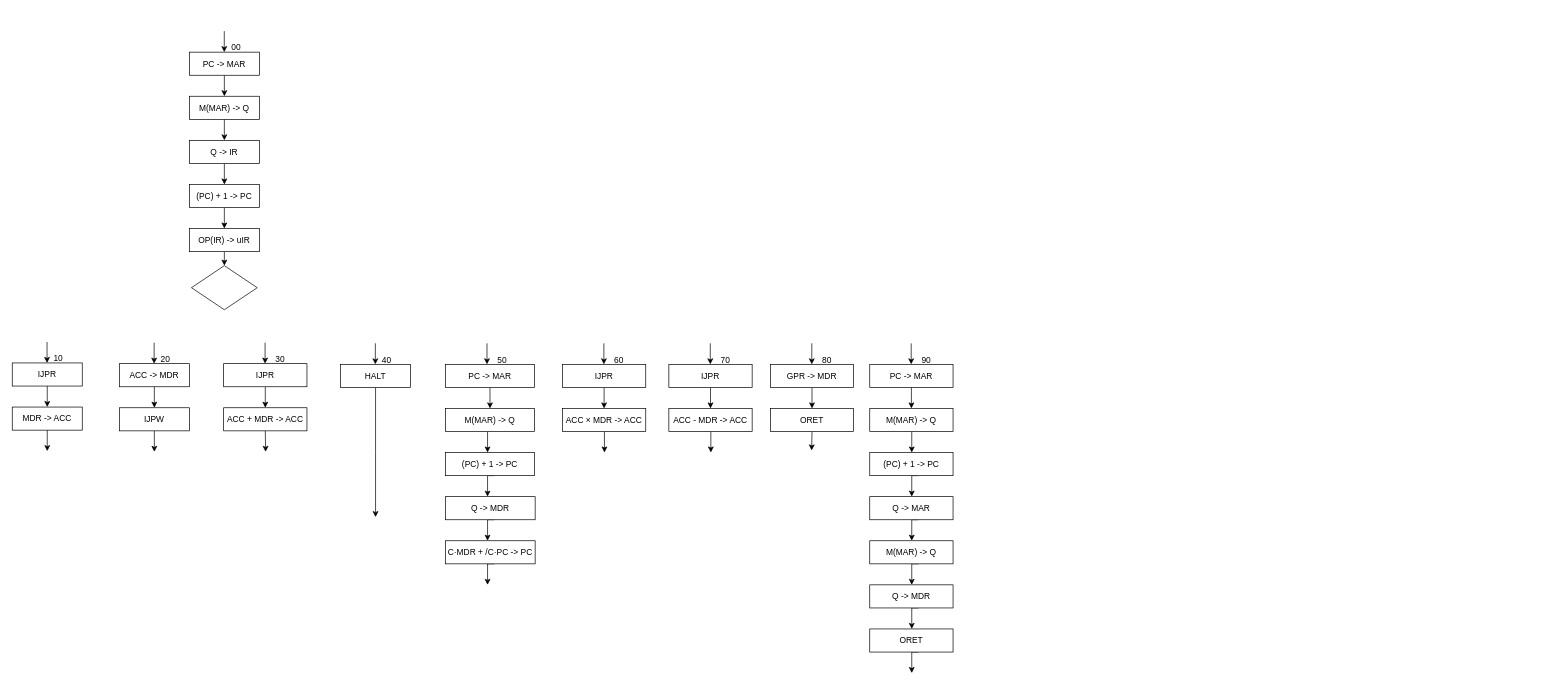
Before: toHandOn/微程序流程图.drawio in ShiaoYoung/Computer_Composition_Experiment, a draw.io diagram. Source tidied: cells renumbered, new cells numbered last; positions are measured from the earlier drawing's top-left corner, leaving out a move shared by most shapes. Both pictures are drawn from the tidied source at 70%, with x=0, y=0 at pixel (12, 31).
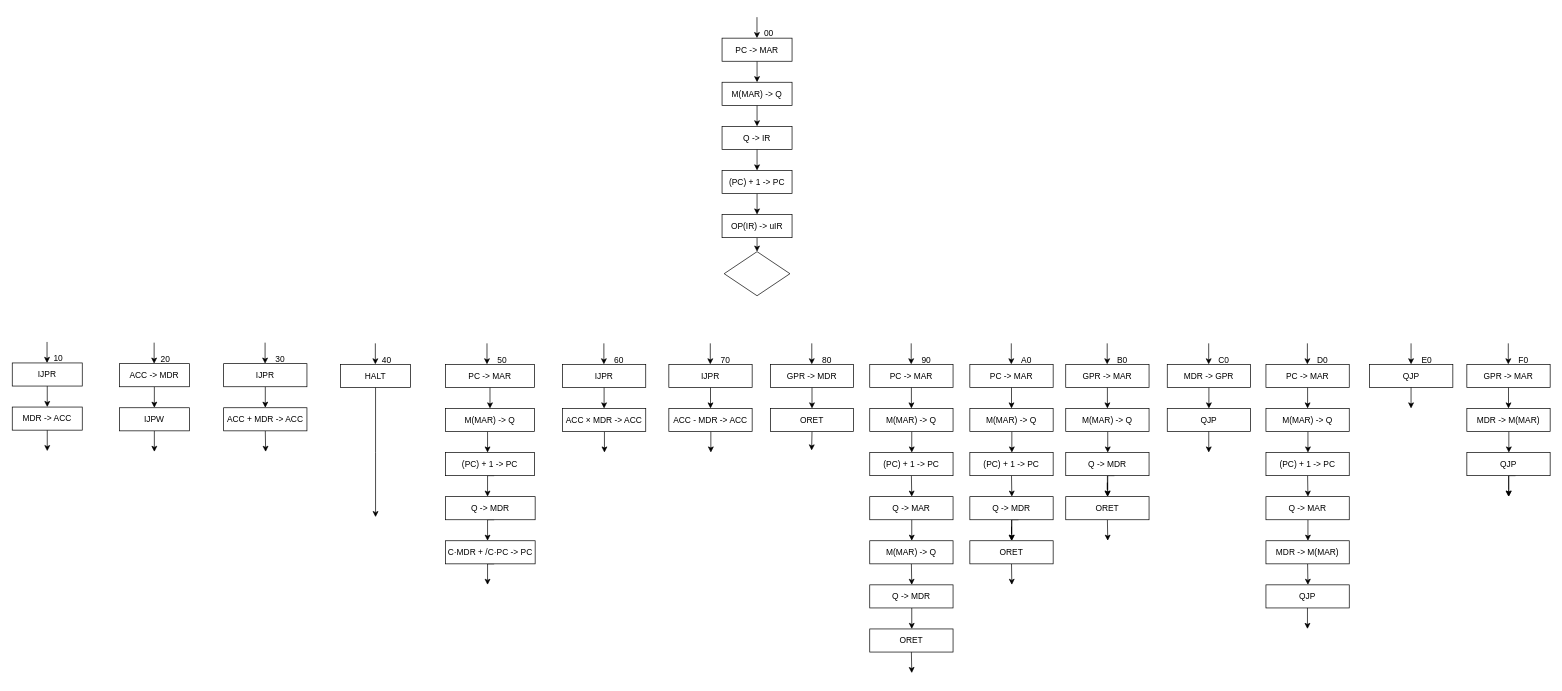
The same page after the edit.

Commit message (it also covers changes not shown here):
更新微程序流程图.drawio

The change refers to these unchanged cells:
```xml
<mxCell id="74" value="(PC) + 1 -&amp;gt; PC" style="rounded=0;whiteSpace=wrap;html=1;" parent="1" vertex="1">
  <mxGeometry x="1225" y="602" width="119" height="33" as="geometry" />
</mxCell>
<mxCell id="78" value="M(MAR) -&amp;gt; Q" style="rounded=0;whiteSpace=wrap;html=1;" parent="1" vertex="1">
  <mxGeometry x="1225" y="728" width="119" height="33" as="geometry" />
</mxCell>
<mxCell id="82" value="ORET" style="rounded=0;whiteSpace=wrap;html=1;" parent="1" vertex="1">
  <mxGeometry x="1225" y="854" width="119" height="33" as="geometry" />
</mxCell>
```

The edit, as a diff of the source:
```diff
@@
     <mxCell id="3" value="PC -&amp;gt; MAR" style="rounded=0;whiteSpace=wrap;html=1;" parent="1" vertex="1">
-      <mxGeometry x="253" y="30" width="100" height="33" as="geometry" />
+      <mxGeometry x="1014" y="10" width="100" height="33" as="geometry" />
     </mxCell>
@@
     <mxCell id="5" value="M(MAR) -&amp;gt; Q" style="rounded=0;whiteSpace=wrap;html=1;" parent="1" vertex="1">
-      <mxGeometry x="253" y="93" width="100" height="33" as="geometry" />
+      <mxGeometry x="1014" y="73" width="100" height="33" as="geometry" />
     </mxCell>
@@
     <mxCell id="7" value="Q -&amp;gt; IR" style="rounded=0;whiteSpace=wrap;html=1;" parent="1" vertex="1">
-      <mxGeometry x="253" y="156" width="100" height="33" as="geometry" />
+      <mxGeometry x="1014" y="136" width="100" height="33" as="geometry" />
     </mxCell>
@@
     <mxCell id="9" value="(PC) + 1 -&amp;gt; PC" style="rounded=0;whiteSpace=wrap;html=1;" parent="1" vertex="1">
-      <mxGeometry x="253" y="219" width="100" height="33" as="geometry" />
+      <mxGeometry x="1014" y="199" width="100" height="33" as="geometry" />
     </mxCell>
@@
     <mxCell id="11" value="OP(IR) -&amp;gt; uIR" style="rounded=0;whiteSpace=wrap;html=1;" parent="1" vertex="1">
-      <mxGeometry x="253" y="282" width="100" height="33" as="geometry" />
+      <mxGeometry x="1014" y="262" width="100" height="33" as="geometry" />
     </mxCell>
     <mxCell id="12" style="rhombus;whiteSpace=wrap;html=1;" parent="1" vertex="1">
-      <mxGeometry x="256" y="335" width="94" height="63" as="geometry" />
+      <mxGeometry x="1017" y="315" width="94" height="63" as="geometry" />
     </mxCell>
     <mxCell id="13" value="00" style="text;html=1;align=center;verticalAlign=middle;whiteSpace=wrap;rounded=0;" parent="1" vertex="1">
-      <mxGeometry x="290" y="9" width="60" height="30" as="geometry" />
+      <mxGeometry x="1051" y="-11" width="60" height="30" as="geometry" />
     </mxCell>
@@
     <mxCell id="19" style="edgeStyle=orthogonalEdgeStyle;rounded=0;orthogonalLoop=1;jettySize=auto;html=1;exitX=0.5;exitY=1;exitDx=0;exitDy=0;entryX=0.5;entryY=0;entryDx=0;entryDy=0;" parent="1" edge="1">
       <mxGeometry relative="1" as="geometry">
-        <mxPoint x="302.9" as="sourcePoint" />
-        <mxPoint x="302.9" y="30" as="targetPoint" />
+        <mxPoint x="1063.9" y="-20" as="sourcePoint" />
+        <mxPoint x="1063.9" y="10" as="targetPoint" />
       </mxGeometry>
     </mxCell>
@@
-    <mxCell id="73" style="edgeStyle=orthogonalEdgeStyle;rounded=0;orthogonalLoop=1;jettySize=auto;html=1;exitX=0.5;exitY=1;exitDx=0;exitDy=0;entryX=0.5;entryY=0;entryDx=0;entryDy=0;" parent="1" edge="1">
+    <mxCell id="73" style="edgeStyle=orthogonalEdgeStyle;rounded=0;jettySize=auto;html=1;exitX=0.5;exitY=1;exitDx=0;exitDy=0;entryX=0.5;entryY=0;entryDx=0;entryDy=0;" parent="1" edge="1" source="74">
       <mxGeometry relative="1" as="geometry">
-        <mxPoint x="1294.5" y="635" as="sourcePoint" />
         <mxPoint x="1285" y="665" as="targetPoint" />
       </mxGeometry>
     </mxCell>
@@
-    <mxCell id="75" style="edgeStyle=orthogonalEdgeStyle;rounded=0;orthogonalLoop=1;jettySize=auto;html=1;exitX=0.5;exitY=1;exitDx=0;exitDy=0;entryX=0.5;entryY=0;entryDx=0;entryDy=0;" parent="1" edge="1">
+    <mxCell id="75" style="edgeStyle=orthogonalEdgeStyle;rounded=0;orthogonalLoop=1;jettySize=auto;html=1;entryX=0.5;entryY=0;entryDx=0;entryDy=0;" parent="1" edge="1">
       <mxGeometry relative="1" as="geometry">
-        <mxPoint x="1294.5" y="698" as="sourcePoint" />
+        <mxPoint x="1285" y="698" as="sourcePoint" />
         <mxPoint x="1285" y="728" as="targetPoint" />
       </mxGeometry>
     </mxCell>
@@
-    <mxCell id="77" style="edgeStyle=orthogonalEdgeStyle;rounded=0;orthogonalLoop=1;jettySize=auto;html=1;exitX=0.5;exitY=1;exitDx=0;exitDy=0;entryX=0.5;entryY=0;entryDx=0;entryDy=0;" parent="1" edge="1">
+    <mxCell id="77" style="edgeStyle=orthogonalEdgeStyle;rounded=0;jettySize=auto;html=1;exitX=0.5;exitY=1;exitDx=0;exitDy=0;entryX=0.5;entryY=0;entryDx=0;entryDy=0;" parent="1" edge="1" source="78">
       <mxGeometry relative="1" as="geometry">
-        <mxPoint x="1294.5" y="761" as="sourcePoint" />
         <mxPoint x="1285" y="791" as="targetPoint" />
       </mxGeometry>
     </mxCell>
@@
-    <mxCell id="79" style="edgeStyle=orthogonalEdgeStyle;rounded=0;orthogonalLoop=1;jettySize=auto;html=1;exitX=0.5;exitY=1;exitDx=0;exitDy=0;entryX=0.5;entryY=0;entryDx=0;entryDy=0;" parent="1" edge="1">
+    <mxCell id="79" style="edgeStyle=orthogonalEdgeStyle;rounded=0;orthogonalLoop=1;jettySize=auto;html=1;entryX=0.5;entryY=0;entryDx=0;entryDy=0;" parent="1" edge="1">
       <mxGeometry relative="1" as="geometry">
-        <mxPoint x="1294.5" y="824" as="sourcePoint" />
+        <mxPoint x="1285" y="824" as="sourcePoint" />
         <mxPoint x="1285" y="854" as="targetPoint" />
       </mxGeometry>
     </mxCell>
@@
-    <mxCell id="81" style="edgeStyle=orthogonalEdgeStyle;rounded=0;orthogonalLoop=1;jettySize=auto;html=1;exitX=0.5;exitY=1;exitDx=0;exitDy=0;entryX=0.5;entryY=0;entryDx=0;entryDy=0;" parent="1" edge="1">
+    <mxCell id="81" style="edgeStyle=orthogonalEdgeStyle;rounded=0;jettySize=auto;html=1;exitX=0.5;exitY=1;exitDx=0;exitDy=0;entryX=0.5;entryY=0;entryDx=0;entryDy=0;" parent="1" edge="1" source="82">
       <mxGeometry relative="1" as="geometry">
-        <mxPoint x="1294.5" y="887" as="sourcePoint" />
         <mxPoint x="1285" y="917" as="targetPoint" />
       </mxGeometry>
     </mxCell>
@@
+    <mxCell id="83" style="edgeStyle=orthogonalEdgeStyle;rounded=0;jettySize=auto;html=1;exitX=0.5;exitY=1;exitDx=0;exitDy=0;entryX=0.5;entryY=0;entryDx=0;entryDy=0;" parent="1" edge="1" source="84" target="86">
+      <mxGeometry relative="1" as="geometry" />
+    </mxCell>
+    <mxCell id="84" value="PC -&amp;gt; MAR" style="rounded=0;whiteSpace=wrap;html=1;" parent="1" vertex="1">
+      <mxGeometry x="1368" y="476" width="119" height="33" as="geometry" />
+    </mxCell>
+    <mxCell id="85" style="edgeStyle=orthogonalEdgeStyle;rounded=0;orthogonalLoop=1;jettySize=auto;html=1;entryX=0.5;entryY=0;entryDx=0;entryDy=0;" parent="1" edge="1">
+      <mxGeometry relative="1" as="geometry">
+        <mxPoint x="1428" y="572" as="sourcePoint" />
+        <mxPoint x="1428" y="602" as="targetPoint" />
+      </mxGeometry>
+    </mxCell>
+    <mxCell id="86" value="M(MAR) -&amp;gt; Q" style="rounded=0;whiteSpace=wrap;html=1;" parent="1" vertex="1">
+      <mxGeometry x="1368" y="539" width="119" height="33" as="geometry" />
+    </mxCell>
+    <mxCell id="87" value="A0" style="text;html=1;align=center;verticalAlign=middle;whiteSpace=wrap;rounded=0;" parent="1" vertex="1">
+      <mxGeometry x="1419" y="455" width="60" height="30" as="geometry" />
+    </mxCell>
+    <mxCell id="88" style="edgeStyle=orthogonalEdgeStyle;rounded=0;orthogonalLoop=1;jettySize=auto;html=1;exitX=0.5;exitY=1;exitDx=0;exitDy=0;entryX=0.5;entryY=0;entryDx=0;entryDy=0;" parent="1" edge="1">
+      <mxGeometry relative="1" as="geometry">
+        <mxPoint x="1427.2" y="446" as="sourcePoint" />
+        <mxPoint x="1427.2" y="476" as="targetPoint" />
+      </mxGeometry>
+    </mxCell>
+    <mxCell id="89" style="edgeStyle=orthogonalEdgeStyle;rounded=0;jettySize=auto;html=1;exitX=0.5;exitY=1;exitDx=0;exitDy=0;entryX=0.5;entryY=0;entryDx=0;entryDy=0;" parent="1" edge="1" source="90">
+      <mxGeometry relative="1" as="geometry">
+        <mxPoint x="1428" y="665" as="targetPoint" />
+      </mxGeometry>
+    </mxCell>
+    <mxCell id="90" value="(PC) + 1 -&amp;gt; PC" style="rounded=0;whiteSpace=wrap;html=1;" parent="1" vertex="1">
+      <mxGeometry x="1368" y="602" width="119" height="33" as="geometry" />
+    </mxCell>
+    <mxCell id="91" style="edgeStyle=orthogonalEdgeStyle;rounded=0;orthogonalLoop=1;jettySize=auto;html=1;exitX=0.5;exitY=1;exitDx=0;exitDy=0;entryX=0.5;entryY=0;entryDx=0;entryDy=0;" parent="1" edge="1">
+      <mxGeometry relative="1" as="geometry">
+        <mxPoint x="1437.5" y="698" as="sourcePoint" />
+        <mxPoint x="1428" y="728" as="targetPoint" />
+      </mxGeometry>
+    </mxCell>
+    <mxCell id="92" style="edgeStyle=orthogonalEdgeStyle;rounded=0;jettySize=auto;html=1;" parent="1" edge="1" source="93" target="95">
+      <mxGeometry relative="1" as="geometry" />
+    </mxCell>
+    <mxCell id="93" value="Q -&amp;gt; MDR" style="rounded=0;whiteSpace=wrap;html=1;" parent="1" vertex="1">
+      <mxGeometry x="1368" y="665" width="119" height="33" as="geometry" />
+    </mxCell>
+    <mxCell id="94" style="edgeStyle=orthogonalEdgeStyle;rounded=0;jettySize=auto;html=1;exitX=0.5;exitY=1;exitDx=0;exitDy=0;entryX=0.5;entryY=0;entryDx=0;entryDy=0;" parent="1" edge="1" source="95">
+      <mxGeometry relative="1" as="geometry">
+        <mxPoint x="1428" y="791" as="targetPoint" />
+      </mxGeometry>
+    </mxCell>
+    <mxCell id="95" value="ORET" style="rounded=0;whiteSpace=wrap;html=1;" parent="1" vertex="1">
+      <mxGeometry x="1368" y="728" width="119" height="33" as="geometry" />
+    </mxCell>
+    <mxCell id="96" style="edgeStyle=orthogonalEdgeStyle;rounded=0;jettySize=auto;html=1;exitX=0.5;exitY=1;exitDx=0;exitDy=0;entryX=0.5;entryY=0;entryDx=0;entryDy=0;" parent="1" edge="1" source="97" target="99">
+      <mxGeometry relative="1" as="geometry" />
+    </mxCell>
+    <mxCell id="97" value="GPR -&amp;gt; MAR" style="rounded=0;whiteSpace=wrap;html=1;" parent="1" vertex="1">
+      <mxGeometry x="1505" y="476" width="119" height="33" as="geometry" />
+    </mxCell>
+    <mxCell id="98" style="edgeStyle=orthogonalEdgeStyle;rounded=0;orthogonalLoop=1;jettySize=auto;html=1;entryX=0.5;entryY=0;entryDx=0;entryDy=0;" parent="1" edge="1">
+      <mxGeometry relative="1" as="geometry">
+        <mxPoint x="1565" y="572" as="sourcePoint" />
+        <mxPoint x="1565" y="602" as="targetPoint" />
+      </mxGeometry>
+    </mxCell>
+    <mxCell id="99" value="M(MAR) -&amp;gt; Q" style="rounded=0;whiteSpace=wrap;html=1;" parent="1" vertex="1">
+      <mxGeometry x="1505" y="539" width="119" height="33" as="geometry" />
+    </mxCell>
+    <mxCell id="100" value="B0" style="text;html=1;align=center;verticalAlign=middle;whiteSpace=wrap;rounded=0;" parent="1" vertex="1">
+      <mxGeometry x="1556" y="455" width="60" height="30" as="geometry" />
+    </mxCell>
+    <mxCell id="101" style="edgeStyle=orthogonalEdgeStyle;rounded=0;orthogonalLoop=1;jettySize=auto;html=1;exitX=0.5;exitY=1;exitDx=0;exitDy=0;entryX=0.5;entryY=0;entryDx=0;entryDy=0;" parent="1" edge="1">
+      <mxGeometry relative="1" as="geometry">
+        <mxPoint x="1564.2" y="446" as="sourcePoint" />
+        <mxPoint x="1564.2" y="476" as="targetPoint" />
+      </mxGeometry>
+    </mxCell>
+    <mxCell id="102" style="edgeStyle=orthogonalEdgeStyle;rounded=0;orthogonalLoop=1;jettySize=auto;html=1;exitX=0.5;exitY=1;exitDx=0;exitDy=0;entryX=0.5;entryY=0;entryDx=0;entryDy=0;" parent="1" edge="1">
+      <mxGeometry relative="1" as="geometry">
+        <mxPoint x="1574.5" y="635" as="sourcePoint" />
+        <mxPoint x="1565" y="665" as="targetPoint" />
+      </mxGeometry>
+    </mxCell>
+    <mxCell id="103" style="edgeStyle=orthogonalEdgeStyle;rounded=0;jettySize=auto;html=1;" parent="1" edge="1" source="104" target="106">
+      <mxGeometry relative="1" as="geometry" />
+    </mxCell>
+    <mxCell id="104" value="Q -&amp;gt; MDR" style="rounded=0;whiteSpace=wrap;html=1;" parent="1" vertex="1">
+      <mxGeometry x="1505" y="602" width="119" height="33" as="geometry" />
+    </mxCell>
+    <mxCell id="105" style="edgeStyle=orthogonalEdgeStyle;rounded=0;jettySize=auto;html=1;exitX=0.5;exitY=1;exitDx=0;exitDy=0;entryX=0.5;entryY=0;entryDx=0;entryDy=0;" parent="1" edge="1" source="106">
+      <mxGeometry relative="1" as="geometry">
+        <mxPoint x="1565" y="728" as="targetPoint" />
+      </mxGeometry>
+    </mxCell>
+    <mxCell id="106" value="ORET" style="rounded=0;whiteSpace=wrap;html=1;" parent="1" vertex="1">
+      <mxGeometry x="1505" y="665" width="119" height="33" as="geometry" />
+    </mxCell>
+    <mxCell id="107" style="edgeStyle=orthogonalEdgeStyle;rounded=0;jettySize=auto;html=1;exitX=0.5;exitY=1;exitDx=0;exitDy=0;entryX=0.5;entryY=0;entryDx=0;entryDy=0;" parent="1" edge="1" source="108" target="109">
+      <mxGeometry relative="1" as="geometry" />
+    </mxCell>
+    <mxCell id="108" value="MDR -&amp;gt; GPR" style="rounded=0;whiteSpace=wrap;html=1;" parent="1" vertex="1">
+      <mxGeometry x="1650" y="476" width="119" height="33" as="geometry" />
+    </mxCell>
+    <mxCell id="109" value="QJP" style="rounded=0;whiteSpace=wrap;html=1;" parent="1" vertex="1">
+      <mxGeometry x="1650" y="539" width="119" height="33" as="geometry" />
+    </mxCell>
+    <mxCell id="110" value="C0" style="text;html=1;align=center;verticalAlign=middle;whiteSpace=wrap;rounded=0;" parent="1" vertex="1">
+      <mxGeometry x="1701" y="455" width="60" height="30" as="geometry" />
+    </mxCell>
+    <mxCell id="111" style="edgeStyle=orthogonalEdgeStyle;rounded=0;orthogonalLoop=1;jettySize=auto;html=1;exitX=0.5;exitY=1;exitDx=0;exitDy=0;entryX=0.5;entryY=0;entryDx=0;entryDy=0;" parent="1" edge="1">
+      <mxGeometry relative="1" as="geometry">
+        <mxPoint x="1709.2" y="446" as="sourcePoint" />
+        <mxPoint x="1709.2" y="476" as="targetPoint" />
+      </mxGeometry>
+    </mxCell>
+    <mxCell id="112" style="edgeStyle=orthogonalEdgeStyle;rounded=0;jettySize=auto;html=1;exitX=0.5;exitY=1;exitDx=0;exitDy=0;entryX=0.5;entryY=0;entryDx=0;entryDy=0;" parent="1" edge="1" source="113" target="115">
+      <mxGeometry relative="1" as="geometry" />
+    </mxCell>
+    <mxCell id="113" value="PC -&amp;gt; MAR" style="rounded=0;whiteSpace=wrap;html=1;" parent="1" vertex="1">
+      <mxGeometry x="1791" y="476" width="119" height="33" as="geometry" />
+    </mxCell>
+    <mxCell id="114" style="edgeStyle=orthogonalEdgeStyle;rounded=0;orthogonalLoop=1;jettySize=auto;html=1;entryX=0.5;entryY=0;entryDx=0;entryDy=0;" parent="1" edge="1">
+      <mxGeometry relative="1" as="geometry">
+        <mxPoint x="1851" y="572" as="sourcePoint" />
+        <mxPoint x="1851" y="602" as="targetPoint" />
+      </mxGeometry>
+    </mxCell>
+    <mxCell id="115" value="M(MAR) -&amp;gt; Q" style="rounded=0;whiteSpace=wrap;html=1;" parent="1" vertex="1">
+      <mxGeometry x="1791" y="539" width="119" height="33" as="geometry" />
+    </mxCell>
+    <mxCell id="116" value="D0" style="text;html=1;align=center;verticalAlign=middle;whiteSpace=wrap;rounded=0;" parent="1" vertex="1">
+      <mxGeometry x="1842" y="455" width="60" height="30" as="geometry" />
+    </mxCell>
+    <mxCell id="117" style="edgeStyle=orthogonalEdgeStyle;rounded=0;orthogonalLoop=1;jettySize=auto;html=1;exitX=0.5;exitY=1;exitDx=0;exitDy=0;entryX=0.5;entryY=0;entryDx=0;entryDy=0;" parent="1" edge="1">
+      <mxGeometry relative="1" as="geometry">
+        <mxPoint x="1850.2" y="446" as="sourcePoint" />
+        <mxPoint x="1850.2" y="476" as="targetPoint" />
+      </mxGeometry>
+    </mxCell>
+    <mxCell id="118" style="edgeStyle=orthogonalEdgeStyle;rounded=0;jettySize=auto;html=1;exitX=0.5;exitY=1;exitDx=0;exitDy=0;entryX=0.5;entryY=0;entryDx=0;entryDy=0;" parent="1" edge="1" source="119">
+      <mxGeometry relative="1" as="geometry">
+        <mxPoint x="1851" y="665" as="targetPoint" />
+      </mxGeometry>
+    </mxCell>
+    <mxCell id="119" value="(PC) + 1 -&amp;gt; PC" style="rounded=0;whiteSpace=wrap;html=1;" parent="1" vertex="1">
+      <mxGeometry x="1791" y="602" width="119" height="33" as="geometry" />
+    </mxCell>
+    <mxCell id="120" style="edgeStyle=orthogonalEdgeStyle;rounded=0;orthogonalLoop=1;jettySize=auto;html=1;entryX=0.5;entryY=0;entryDx=0;entryDy=0;" parent="1" edge="1">
+      <mxGeometry relative="1" as="geometry">
+        <mxPoint x="1851" y="698" as="sourcePoint" />
+        <mxPoint x="1851" y="728" as="targetPoint" />
+      </mxGeometry>
+    </mxCell>
+    <mxCell id="121" value="Q -&amp;gt; MAR" style="rounded=0;whiteSpace=wrap;html=1;" parent="1" vertex="1">
+      <mxGeometry x="1791" y="665" width="119" height="33" as="geometry" />
+    </mxCell>
+    <mxCell id="122" style="edgeStyle=orthogonalEdgeStyle;rounded=0;jettySize=auto;html=1;exitX=0.5;exitY=1;exitDx=0;exitDy=0;entryX=0.5;entryY=0;entryDx=0;entryDy=0;" parent="1" edge="1" source="123">
+      <mxGeometry relative="1" as="geometry">
+        <mxPoint x="1851" y="791" as="targetPoint" />
+      </mxGeometry>
+    </mxCell>
+    <mxCell id="123" value="MDR -&amp;gt; M(MAR)" style="rounded=0;whiteSpace=wrap;html=1;" parent="1" vertex="1">
+      <mxGeometry x="1791" y="728" width="119" height="33" as="geometry" />
+    </mxCell>
+    <mxCell id="124" value="QJP" style="rounded=0;whiteSpace=wrap;html=1;" parent="1" vertex="1">
+      <mxGeometry x="1791" y="791" width="119" height="33" as="geometry" />
+    </mxCell>
+    <mxCell id="125" style="edgeStyle=orthogonalEdgeStyle;rounded=0;orthogonalLoop=1;jettySize=auto;html=1;exitX=0.5;exitY=1;exitDx=0;exitDy=0;entryX=0.5;entryY=0;entryDx=0;entryDy=0;" parent="1" edge="1">
+      <mxGeometry relative="1" as="geometry">
+        <mxPoint x="1709.3" y="572" as="sourcePoint" />
+        <mxPoint x="1709.3" y="602" as="targetPoint" />
+      </mxGeometry>
+    </mxCell>
+    <mxCell id="126" style="edgeStyle=orthogonalEdgeStyle;rounded=0;orthogonalLoop=1;jettySize=auto;html=1;exitX=0.5;exitY=1;exitDx=0;exitDy=0;entryX=0.5;entryY=0;entryDx=0;entryDy=0;" parent="1" edge="1">
+      <mxGeometry relative="1" as="geometry">
+        <mxPoint x="1850.3" y="824" as="sourcePoint" />
+        <mxPoint x="1850.3" y="854" as="targetPoint" />
+      </mxGeometry>
+    </mxCell>
+    <mxCell id="127" value="QJP" style="rounded=0;whiteSpace=wrap;html=1;" parent="1" vertex="1">
+      <mxGeometry x="1939" y="476" width="119" height="33" as="geometry" />
+    </mxCell>
+    <mxCell id="128" style="edgeStyle=orthogonalEdgeStyle;rounded=0;orthogonalLoop=1;jettySize=auto;html=1;exitX=0.5;exitY=1;exitDx=0;exitDy=0;entryX=0.5;entryY=0;entryDx=0;entryDy=0;" parent="1" edge="1">
+      <mxGeometry relative="1" as="geometry">
+        <mxPoint x="1998.3" y="509" as="sourcePoint" />
+        <mxPoint x="1998.3" y="539" as="targetPoint" />
+      </mxGeometry>
+    </mxCell>
+    <mxCell id="129" value="E0" style="text;html=1;align=center;verticalAlign=middle;whiteSpace=wrap;rounded=0;" parent="1" vertex="1">
+      <mxGeometry x="1991" y="455" width="60" height="30" as="geometry" />
+    </mxCell>
+    <mxCell id="130" style="edgeStyle=orthogonalEdgeStyle;rounded=0;orthogonalLoop=1;jettySize=auto;html=1;exitX=0.5;exitY=1;exitDx=0;exitDy=0;entryX=0.5;entryY=0;entryDx=0;entryDy=0;" parent="1" edge="1">
+      <mxGeometry relative="1" as="geometry">
+        <mxPoint x="1998.3" y="446" as="sourcePoint" />
+        <mxPoint x="1998.3" y="476" as="targetPoint" />
+      </mxGeometry>
+    </mxCell>
+    <mxCell id="131" style="edgeStyle=orthogonalEdgeStyle;rounded=0;jettySize=auto;html=1;exitX=0.5;exitY=1;exitDx=0;exitDy=0;entryX=0.5;entryY=0;entryDx=0;entryDy=0;" parent="1" edge="1" source="132" target="134">
+      <mxGeometry relative="1" as="geometry" />
+    </mxCell>
+    <mxCell id="132" value="GPR -&amp;gt; MAR" style="rounded=0;whiteSpace=wrap;html=1;" parent="1" vertex="1">
+      <mxGeometry x="2078" y="476" width="119" height="33" as="geometry" />
+    </mxCell>
+    <mxCell id="133" style="edgeStyle=orthogonalEdgeStyle;rounded=0;orthogonalLoop=1;jettySize=auto;html=1;entryX=0.5;entryY=0;entryDx=0;entryDy=0;" parent="1" edge="1">
+      <mxGeometry relative="1" as="geometry">
+        <mxPoint x="2138" y="572" as="sourcePoint" />
+        <mxPoint x="2138" y="602" as="targetPoint" />
+      </mxGeometry>
+    </mxCell>
+    <mxCell id="134" value="MDR -&amp;gt; M(MAR)" style="rounded=0;whiteSpace=wrap;html=1;" parent="1" vertex="1">
+      <mxGeometry x="2078" y="539" width="119" height="33" as="geometry" />
+    </mxCell>
+    <mxCell id="135" value="F0" style="text;html=1;align=center;verticalAlign=middle;whiteSpace=wrap;rounded=0;" parent="1" vertex="1">
+      <mxGeometry x="2129" y="455" width="60" height="30" as="geometry" />
+    </mxCell>
+    <mxCell id="136" style="edgeStyle=orthogonalEdgeStyle;rounded=0;orthogonalLoop=1;jettySize=auto;html=1;exitX=0.5;exitY=1;exitDx=0;exitDy=0;entryX=0.5;entryY=0;entryDx=0;entryDy=0;" parent="1" edge="1">
+      <mxGeometry relative="1" as="geometry">
+        <mxPoint x="2137.2" y="446" as="sourcePoint" />
+        <mxPoint x="2137.2" y="476" as="targetPoint" />
+      </mxGeometry>
+    </mxCell>
+    <mxCell id="137" style="edgeStyle=orthogonalEdgeStyle;rounded=0;orthogonalLoop=1;jettySize=auto;html=1;exitX=0.5;exitY=1;exitDx=0;exitDy=0;entryX=0.5;entryY=0;entryDx=0;entryDy=0;" parent="1" edge="1">
+      <mxGeometry relative="1" as="geometry">
+        <mxPoint x="2147.5" y="635" as="sourcePoint" />
+        <mxPoint x="2138" y="665" as="targetPoint" />
+      </mxGeometry>
+    </mxCell>
+    <mxCell id="138" style="edgeStyle=orthogonalEdgeStyle;rounded=0;jettySize=auto;html=1;" parent="1" edge="1" source="139">
+      <mxGeometry relative="1" as="geometry">
+        <mxPoint x="2137.5" y="665" as="targetPoint" />
+      </mxGeometry>
+    </mxCell>
+    <mxCell id="139" value="QJP" style="rounded=0;whiteSpace=wrap;html=1;" parent="1" vertex="1">
+      <mxGeometry x="2078" y="602" width="119" height="33" as="geometry" />
+    </mxCell>
```
